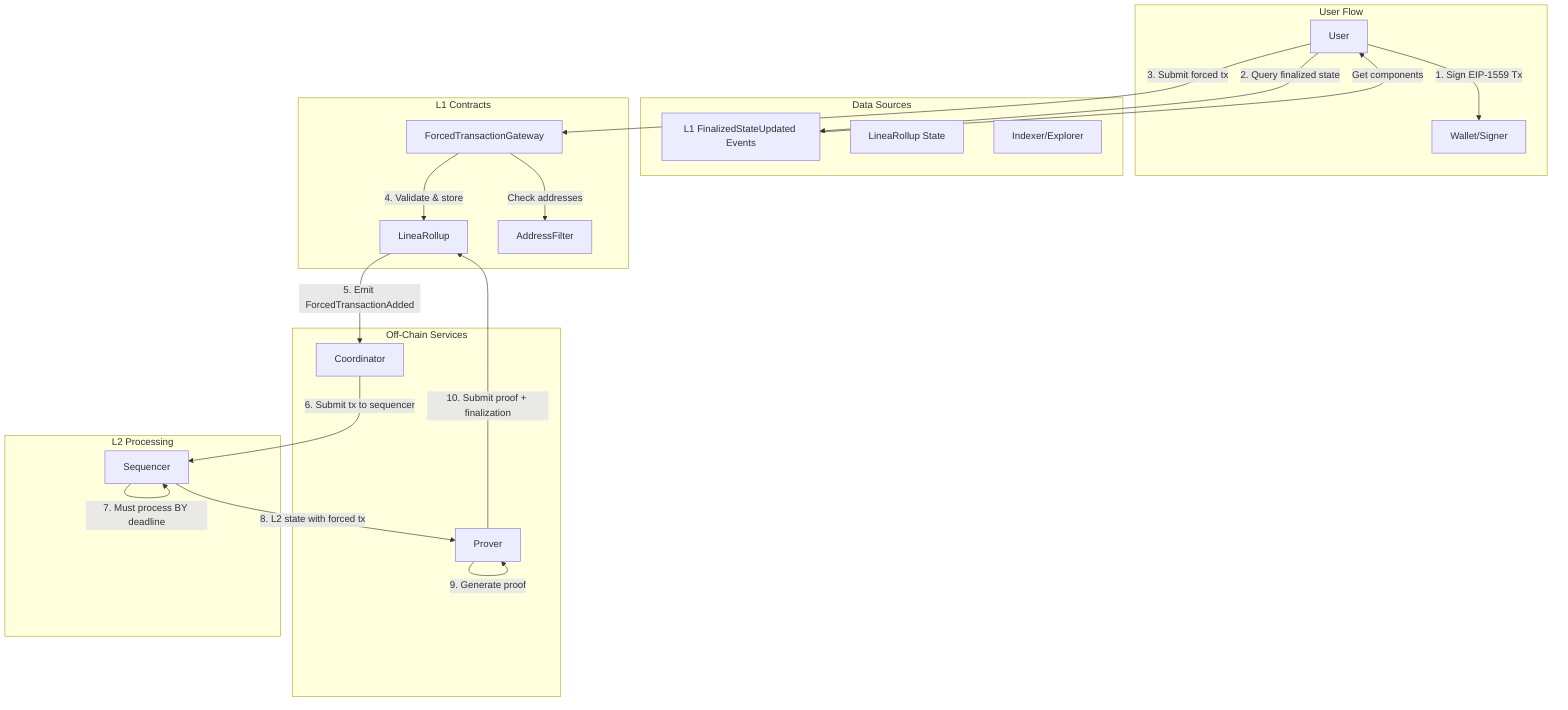
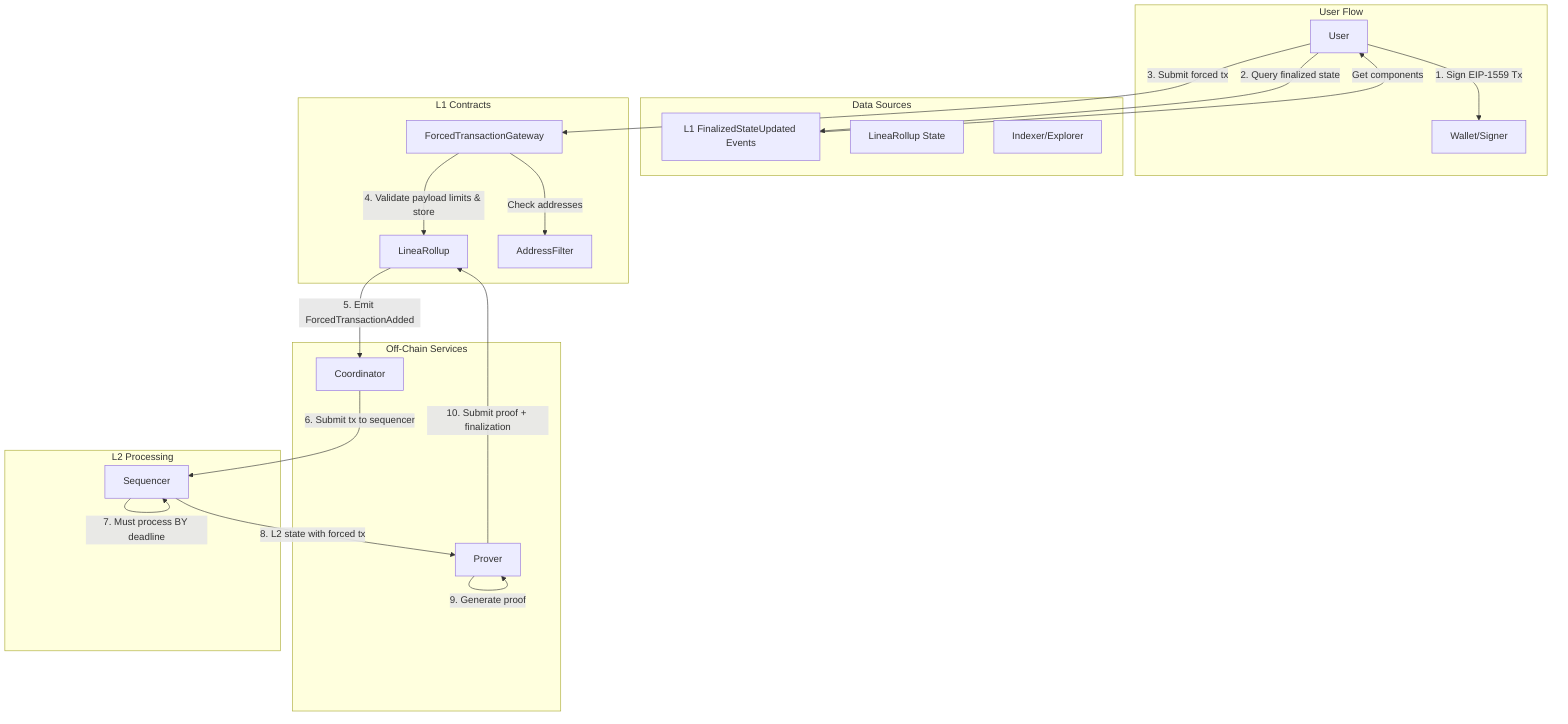
%% Forced Transaction System Overview
%% Renders with: https://mermaid.live or any Mermaid-compatible viewer

graph TB
    subgraph "User Flow"
        User[User]
        Wallet[Wallet/Signer]
    end

    subgraph "Data Sources"
        L1Events[L1 FinalizedStateUpdated Events]
        L1State[LineaRollup State]
        Indexer[Indexer/Explorer]
    end

    subgraph "L1 Contracts"
        Gateway[ForcedTransactionGateway]
        Rollup[LineaRollup]
        Filter[AddressFilter]
    end

    subgraph "Off-Chain Services"
        Coordinator[Coordinator]
        Prover[Prover]
    end

    subgraph "L2 Processing"
        Sequencer[Sequencer]
    end

    User --> |1. Sign EIP-1559 Tx|Wallet
    User --> |2. Query finalized state|L1Events
    L1Events --> |Get components|User
    User --> |3. Submit forced tx|Gateway
-     Gateway --> |4. Validate & store|Rollup
+     Gateway --> |4. Validate payload limits & store|Rollup
    Gateway --> |Check addresses|Filter
    Rollup --> |5. Emit ForcedTransactionAdded|Coordinator
    Coordinator --> |6. Submit tx to sequencer|Sequencer
    Sequencer --> |7. Must process BY deadline|Sequencer
    Sequencer --> |8. L2 state with forced tx|Prover
    Prover --> |9. Generate proof|Prover
    Prover --> |10. Submit proof + finalization|Rollup
